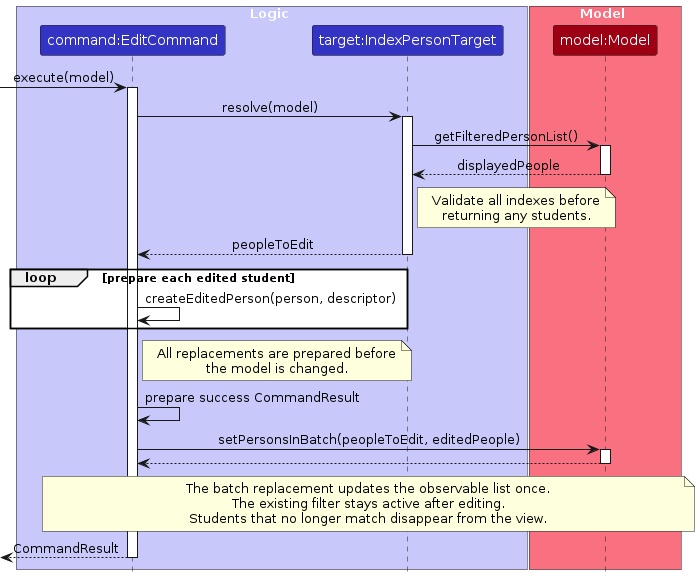
This is diagrams/EditSequenceDiagram.png from AY2627S1-CS2103T-T11-2/tp, a PlantUML export, as it was before one commit. Its source is kept beside it as diagrams/EditSequenceDiagram.puml.
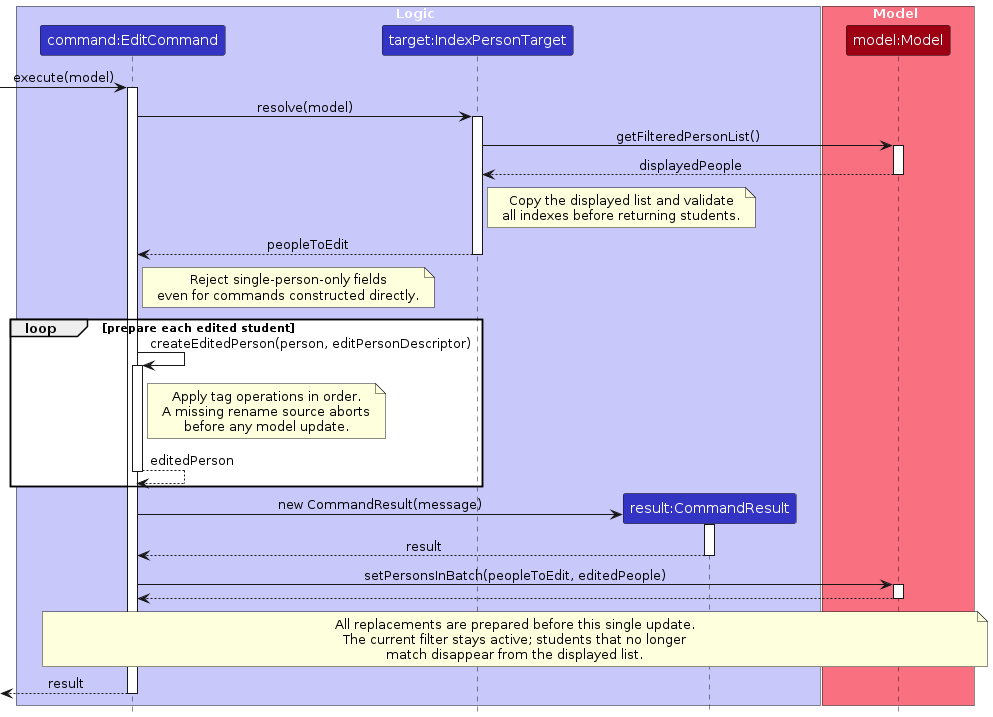
The same diagram one commit later.

What changed in the source:
```diff
@@ -6,40 +6,65 @@
 box Logic LOGIC_COLOR_T1
 participant "command:EditCommand" as EditCommand LOGIC_COLOR
 participant "target:IndexPersonTarget" as IndexPersonTarget LOGIC_COLOR
+participant "result:CommandResult" as CommandResult LOGIC_COLOR
 end box
 
 box Model MODEL_COLOR_T1
 participant "model:Model" as Model MODEL_COLOR
 end box
 
-[-> EditCommand ++: execute(model)
-EditCommand -> IndexPersonTarget ++: resolve(model)
-IndexPersonTarget -> Model ++: getFilteredPersonList()
-Model --> IndexPersonTarget --: displayedPeople
+[-> EditCommand : execute(model)
+activate EditCommand
+
+EditCommand -> IndexPersonTarget : resolve(model)
+activate IndexPersonTarget
+IndexPersonTarget -> Model : getFilteredPersonList()
+activate Model
+Model --> IndexPersonTarget : displayedPeople
+deactivate Model
+
 note right of IndexPersonTarget
-  Validate all indexes before
-  returning any students.
+Copy the displayed list and validate
+all indexes before returning students.
 end note
-IndexPersonTarget --> EditCommand --: peopleToEdit
+
+IndexPersonTarget --> EditCommand : peopleToEdit
+deactivate IndexPersonTarget
+
+note right of EditCommand
+Reject single-person-only fields
+even for commands constructed directly.
+end note
 
 loop prepare each edited student
-    EditCommand -> EditCommand : createEditedPerson(person, descriptor)
+    EditCommand -> EditCommand : createEditedPerson(person, editPersonDescriptor)
+    activate EditCommand
+    note right of EditCommand
+    Apply tag operations in order.
+    A missing rename source aborts
+    before any model update.
+    end note
+    EditCommand --> EditCommand : editedPerson
+    deactivate EditCommand
 end
 
-note right of EditCommand
-  All replacements are prepared before
-  the model is changed.
+create CommandResult
+EditCommand -> CommandResult : new CommandResult(message)
+activate CommandResult
+CommandResult --> EditCommand : result
+deactivate CommandResult
+
+EditCommand -> Model : setPersonsInBatch(peopleToEdit, editedPeople)
+activate Model
+Model --> EditCommand
+deactivate Model
+
+note over EditCommand, Model
+All replacements are prepared before this single update.
+The current filter stays active; students that no longer
+match disappear from the displayed list.
 end note
 
-EditCommand -> EditCommand : prepare success CommandResult
-EditCommand -> Model ++: setPersonsInBatch(peopleToEdit, editedPeople)
-Model --> EditCommand --
-
-note over EditCommand, Model
-  The batch replacement updates the observable list once.
-  The existing filter stays active after editing.
-  Students that no longer match disappear from the view.
-end note
-
-[<-- EditCommand --: CommandResult
+[<-- EditCommand : result
+deactivate EditCommand
 @enduml
```
